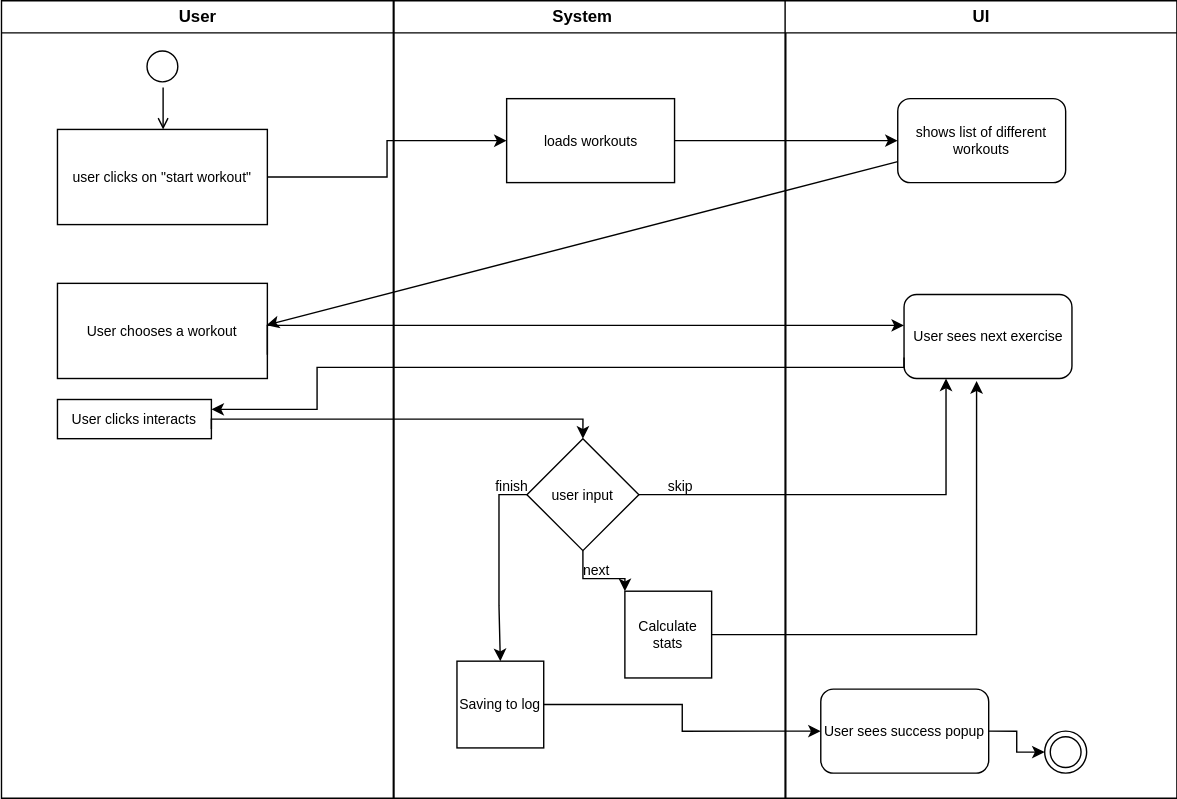
Above: docs/UCs/training.svg in DHBW-TrainingApp/Blog (draw.io), before the change. Source tidied: cells renumbered, new cells last; positions are measured from the earlier drawing's top-left corner, leaving out a move shared by most shapes.
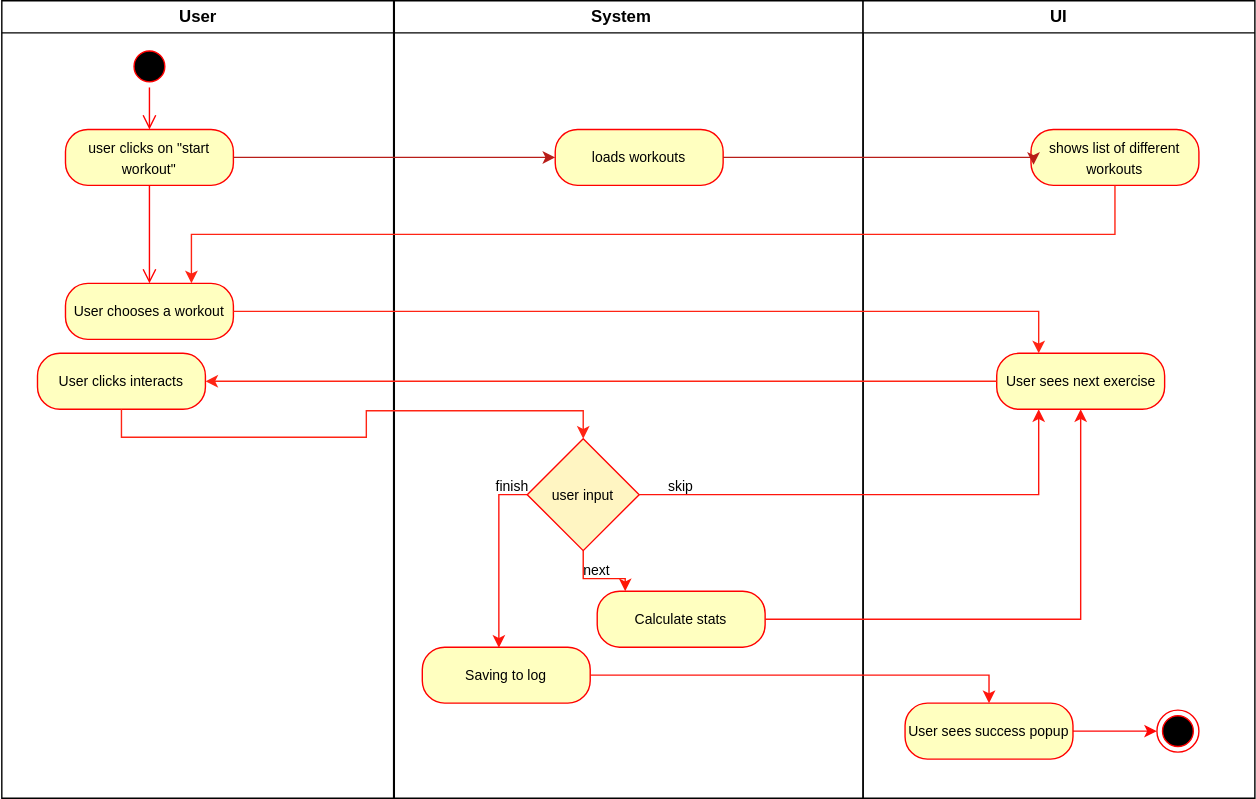
The same file after the commit.

The edit, as a diff of the source:
```diff
@@ -5,113 +5,106 @@
     <mxCell id="2" value="User" style="swimlane;whiteSpace=wrap;" parent="1" vertex="1">
       <mxGeometry x="0.5" width="280" height="570" as="geometry" />
     </mxCell>
-    <mxCell id="3" style="ellipse;shape=startState;fillColor=none;strokeColor=#000000;" parent="2" vertex="1">
-      <mxGeometry x="100" y="32" width="30" height="30" as="geometry" />
-    </mxCell>
+    <mxCell id="33" style="ellipse;html=1;shape=startState;fillColor=#000000;strokeColor=#ff0000;" parent="2" vertex="1">
+      <mxGeometry x="90.5" y="32" width="30" height="30" as="geometry" />
+    </mxCell>
+    <mxCell id="34" style="edgeStyle=orthogonalEdgeStyle;html=1;verticalAlign=bottom;endArrow=open;endSize=8;strokeColor=#ff0000;rounded=0;entryX=0.5;entryY=0;entryDx=0;entryDy=0;" parent="2" edge="1" source="33" target="4">
+      <mxGeometry relative="1" as="geometry" />
+    </mxCell>
-    <mxCell id="4" value="user clicks on &quot;start workout&quot;" style="fontSize=10;" parent="2" vertex="1">
-      <mxGeometry x="40" y="92" width="150" height="68" as="geometry" />
+    <mxCell id="4" value="&lt;span style=&quot;font-size: 10px&quot;&gt;user clicks on &quot;start workout&quot;&lt;/span&gt;" style="rounded=1;whiteSpace=wrap;html=1;arcSize=40;fontColor=#000000;fillColor=#ffffc0;strokeColor=#ff0000;" parent="2" vertex="1">
+      <mxGeometry x="45.5" y="92" width="120" height="40" as="geometry" />
     </mxCell>
-    <mxCell id="5" style="endArrow=open;strokeColor=#000000;endFill=1;rounded=0;" parent="2" edge="1">
-      <mxGeometry relative="1" as="geometry">
-        <mxPoint x="115.5" y="62" as="sourcePoint" />
-        <mxPoint x="115.5" y="92" as="targetPoint" />
-      </mxGeometry>
-    </mxCell>
+    <mxCell id="35" style="edgeStyle=orthogonalEdgeStyle;html=1;verticalAlign=bottom;endArrow=open;endSize=8;strokeColor=#ff0000;rounded=0;entryX=0.5;entryY=0;entryDx=0;entryDy=0;" parent="2" edge="1" source="4" target="6">
+      <mxGeometry relative="1" as="geometry" />
+    </mxCell>
-    <mxCell id="6" value="User chooses a workout" style="fontSize=10;" parent="2" vertex="1">
-      <mxGeometry x="40" y="202" width="150" height="68" as="geometry" />
+    <mxCell id="6" value="&lt;span style=&quot;font-size: 10px&quot;&gt;User chooses a workout&lt;/span&gt;" style="rounded=1;whiteSpace=wrap;html=1;arcSize=40;fontColor=#000000;fillColor=#ffffc0;strokeColor=#ff0000;" parent="2" vertex="1">
+      <mxGeometry x="45.5" y="202" width="120" height="40" as="geometry" />
     </mxCell>
-    <mxCell id="7" value="User clicks interacts" style="fontSize=10;" parent="2" vertex="1">
-      <mxGeometry x="40" y="285" width="110" height="28" as="geometry" />
+    <mxCell id="7" value="&lt;span style=&quot;font-size: 10px&quot;&gt;User clicks interacts&lt;/span&gt;" style="rounded=1;whiteSpace=wrap;html=1;arcSize=40;fontColor=#000000;fillColor=#ffffc0;strokeColor=#ff0000;" parent="2" vertex="1">
+      <mxGeometry x="25.5" y="252" width="120" height="40" as="geometry" />
     </mxCell>
     <mxCell id="8" value="System   " style="swimlane;whiteSpace=wrap;" parent="1" vertex="1">
-      <mxGeometry x="281" width="280" height="570" as="geometry" />
+      <mxGeometry x="281" width="335" height="570" as="geometry" />
     </mxCell>
-    <mxCell id="9" value="loads workouts" style="rounded=0;whiteSpace=wrap;html=1;fontSize=10;fillColor=none;" parent="8" vertex="1">
-      <mxGeometry x="80.5" y="70" width="120" height="60" as="geometry" />
-    </mxCell>
-    <mxCell id="10" style="edgeStyle=orthogonalEdgeStyle;rounded=0;jettySize=auto;html=1;exitX=0.5;exitY=1;exitDx=0;exitDy=0;entryX=0;entryY=0;entryDx=0;entryDy=0;fontSize=10;" parent="8" edge="1" source="12" target="14">
-      <mxGeometry relative="1" as="geometry" />
+    <mxCell id="10" style="edgeStyle=orthogonalEdgeStyle;rounded=0;jettySize=auto;html=1;exitX=0.5;exitY=1;exitDx=0;exitDy=0;entryX=0;entryY=0;entryDx=0;entryDy=0;fontSize=10;strokeColor=#FF1605;" parent="8" edge="1" source="12">
+      <mxGeometry relative="1" as="geometry">
+        <mxPoint x="165" y="422" as="targetPoint" />
+      </mxGeometry>
     </mxCell>
-    <mxCell id="11" style="edgeStyle=orthogonalEdgeStyle;rounded=0;jettySize=auto;html=1;exitX=0;exitY=0.5;exitDx=0;exitDy=0;entryX=0.5;entryY=0;entryDx=0;entryDy=0;fontSize=10;" parent="8" edge="1" source="12" target="16">
+    <mxCell id="11" style="edgeStyle=orthogonalEdgeStyle;rounded=0;jettySize=auto;html=1;exitX=0;exitY=0.5;exitDx=0;exitDy=0;entryX=0.456;entryY=0.011;entryDx=0;entryDy=0;fontSize=10;entryPerimeter=0;strokeColor=#FF150D;" parent="8" edge="1" source="12" target="16">
       <mxGeometry relative="1" as="geometry" />
     </mxCell>
-    <mxCell id="12" value="user input" style="rhombus;whiteSpace=wrap;html=1;rounded=0;fontSize=10;fillColor=none;" parent="8" vertex="1">
+    <mxCell id="12" value="user input" style="rhombus;whiteSpace=wrap;html=1;rounded=0;fontSize=10;fillColor=#FFF5C2;strokeColor=#FF0505;" parent="8" vertex="1">
       <mxGeometry x="95" y="313" width="80" height="80" as="geometry" />
     </mxCell>
     <mxCell id="13" value="skip" style="text;html=1;strokeColor=none;fillColor=none;align=center;verticalAlign=middle;whiteSpace=wrap;rounded=0;fontSize=10;" parent="8" vertex="1">
       <mxGeometry x="175" y="332" width="60" height="30" as="geometry" />
     </mxCell>
+    <mxCell id="15" value="next" style="text;html=1;strokeColor=none;fillColor=none;align=center;verticalAlign=middle;whiteSpace=wrap;rounded=0;fontSize=10;" parent="8" vertex="1">
+      <mxGeometry x="115" y="392" width="60" height="30" as="geometry" />
+    </mxCell>
+    <mxCell id="17" value="finish" style="text;html=1;strokeColor=none;fillColor=none;align=center;verticalAlign=middle;whiteSpace=wrap;rounded=0;fontSize=10;" parent="8" vertex="1">
+      <mxGeometry x="62" y="336" width="45" height="22" as="geometry" />
+    </mxCell>
+    <mxCell id="9" value="&lt;span style=&quot;font-family: &amp;#34;helvetica&amp;#34; ; font-size: 10px&quot;&gt;loads workouts&lt;/span&gt;" style="rounded=1;whiteSpace=wrap;html=1;arcSize=40;fontColor=#000000;fillColor=#ffffc0;strokeColor=#ff0000;" parent="8" vertex="1">
+      <mxGeometry x="115" y="92" width="120" height="40" as="geometry" />
+    </mxCell>
-    <mxCell id="14" value="Calculate stats" style="whiteSpace=wrap;html=1;rounded=0;fontSize=10;fillColor=none;" parent="8" vertex="1">
-      <mxGeometry x="165" y="422" width="62" height="62" as="geometry" />
+    <mxCell id="14" value="&lt;span style=&quot;font-size: 10px&quot;&gt;Calculate stats&lt;/span&gt;" style="rounded=1;whiteSpace=wrap;html=1;arcSize=40;fontColor=#000000;fillColor=#ffffc0;strokeColor=#ff0000;" parent="8" vertex="1">
+      <mxGeometry x="145" y="422" width="120" height="40" as="geometry" />
     </mxCell>
-    <mxCell id="15" value="next" style="text;html=1;strokeColor=none;fillColor=none;align=center;verticalAlign=middle;whiteSpace=wrap;rounded=0;fontSize=10;" parent="8" vertex="1">
-      <mxGeometry x="115" y="392" width="60" height="30" as="geometry" />
-    </mxCell>
-    <mxCell id="16" value="Saving to log" style="whiteSpace=wrap;html=1;rounded=0;fontSize=10;fillColor=none;" parent="8" vertex="1">
-      <mxGeometry x="45" y="472" width="62" height="62" as="geometry" />
+    <mxCell id="16" value="&lt;span style=&quot;font-size: 10px&quot;&gt;Saving to log&lt;/span&gt;" style="rounded=1;whiteSpace=wrap;html=1;arcSize=40;fontColor=#000000;fillColor=#ffffc0;strokeColor=#ff0000;" parent="8" vertex="1">
+      <mxGeometry x="20" y="462" width="120" height="40" as="geometry" />
     </mxCell>
-    <mxCell id="17" value="finish" style="text;html=1;strokeColor=none;fillColor=none;align=center;verticalAlign=middle;whiteSpace=wrap;rounded=0;fontSize=10;" parent="8" vertex="1">
-      <mxGeometry x="62" y="336" width="45" height="22" as="geometry" />
-    </mxCell>
     <mxCell id="18" value="UI" style="swimlane;whiteSpace=wrap;startSize=23;" parent="1" vertex="1">
-      <mxGeometry x="560.5" width="280" height="570" as="geometry" />
+      <mxGeometry x="616" width="280" height="570" as="geometry" />
     </mxCell>
-    <mxCell id="19" style="ellipse;shape=endState;fillColor=none;strokeColor=#000000;shadow=0;" parent="18" vertex="1">
-      <mxGeometry x="185.5" y="522" width="30" height="30" as="geometry" />
-    </mxCell>
+    <mxCell id="22" style="edgeStyle=orthogonalEdgeStyle;rounded=0;jettySize=auto;html=1;exitX=1;exitY=0.5;exitDx=0;exitDy=0;entryX=0;entryY=0.5;entryDx=0;entryDy=0;fontSize=10;strokeColor=#FF0505;" parent="18" edge="1" target="36">
+      <mxGeometry relative="1" as="geometry">
+        <mxPoint x="145.5" y="522" as="sourcePoint" />
+      </mxGeometry>
+    </mxCell>
-    <mxCell id="20" value="shows list of different workouts" style="rounded=1;whiteSpace=wrap;html=1;fontSize=10;fillColor=none;" parent="18" vertex="1">
-      <mxGeometry x="80.5" y="70" width="120" height="60" as="geometry" />
+    <mxCell id="20" value="&lt;span style=&quot;font-family: &amp;#34;helvetica&amp;#34; ; font-size: 10px&quot;&gt;shows list of different workouts&lt;/span&gt;" style="rounded=1;whiteSpace=wrap;html=1;arcSize=40;fontColor=#000000;fillColor=#ffffc0;strokeColor=#ff0000;" parent="18" vertex="1">
+      <mxGeometry x="120" y="92" width="120" height="40" as="geometry" />
     </mxCell>
-    <mxCell id="21" value="User sees next exercise" style="rounded=1;whiteSpace=wrap;html=1;fontSize=10;fillColor=none;" parent="18" vertex="1">
-      <mxGeometry x="85" y="210" width="120" height="60" as="geometry" />
+    <mxCell id="21" value="&lt;span style=&quot;font-size: 10px&quot;&gt;User sees next exercise&lt;/span&gt;" style="rounded=1;whiteSpace=wrap;html=1;arcSize=40;fontColor=#000000;fillColor=#ffffc0;strokeColor=#ff0000;" parent="18" vertex="1">
+      <mxGeometry x="95.5" y="252" width="120" height="40" as="geometry" />
     </mxCell>
-    <mxCell id="22" style="edgeStyle=orthogonalEdgeStyle;rounded=0;jettySize=auto;html=1;exitX=1;exitY=0.5;exitDx=0;exitDy=0;entryX=0;entryY=0.5;entryDx=0;entryDy=0;fontSize=10;" parent="18" edge="1" source="23" target="19">
-      <mxGeometry relative="1" as="geometry" />
-    </mxCell>
-    <mxCell id="23" value="User sees success popup" style="rounded=1;whiteSpace=wrap;html=1;fontSize=10;fillColor=none;" parent="18" vertex="1">
-      <mxGeometry x="25.5" y="492" width="120" height="60" as="geometry" />
+    <mxCell id="23" value="&lt;span style=&quot;font-size: 10px&quot;&gt;User sees success popup&lt;/span&gt;" style="rounded=1;whiteSpace=wrap;html=1;arcSize=40;fontColor=#000000;fillColor=#ffffc0;strokeColor=#ff0000;" parent="18" vertex="1">
+      <mxGeometry x="30" y="502" width="120" height="40" as="geometry" />
     </mxCell>
-    <mxCell id="24" style="endArrow=classic;html=1;rounded=0;fontSize=10;exitX=0;exitY=0.75;exitDx=0;exitDy=0;entryX=0.996;entryY=0.439;entryDx=0;entryDy=0;entryPerimeter=0;" parent="1" edge="1" source="20" target="6">
-      <mxGeometry relative="1" as="geometry" />
-    </mxCell>
-    <mxCell id="25" style="edgeStyle=orthogonalEdgeStyle;rounded=0;jettySize=auto;html=1;exitX=1;exitY=0.75;exitDx=0;exitDy=0;fontSize=10;" parent="1" edge="1" source="6" target="21">
-      <mxGeometry relative="1" as="geometry">
-        <Array as="points">
-          <mxPoint x="191" y="232" />
-        </Array>
-      </mxGeometry>
-    </mxCell>
-    <mxCell id="26" style="edgeStyle=orthogonalEdgeStyle;rounded=0;jettySize=auto;html=1;exitX=1;exitY=0.5;exitDx=0;exitDy=0;fontSize=10;" parent="1" edge="1" source="4" target="9">
-      <mxGeometry relative="1" as="geometry" />
-    </mxCell>
-    <mxCell id="27" style="edgeStyle=orthogonalEdgeStyle;rounded=0;jettySize=auto;html=1;exitX=1;exitY=0.5;exitDx=0;exitDy=0;entryX=0;entryY=0.5;entryDx=0;entryDy=0;fontSize=10;" parent="1" edge="1" source="9" target="20">
-      <mxGeometry relative="1" as="geometry" />
-    </mxCell>
-    <mxCell id="28" style="edgeStyle=orthogonalEdgeStyle;rounded=0;jettySize=auto;html=1;exitX=0;exitY=0.75;exitDx=0;exitDy=0;fontSize=10;" parent="1" edge="1" source="21" target="7">
-      <mxGeometry relative="1" as="geometry">
-        <Array as="points">
-          <mxPoint x="646" y="262" />
-          <mxPoint x="226" y="262" />
-          <mxPoint x="226" y="292" />
-        </Array>
-      </mxGeometry>
-    </mxCell>
-    <mxCell id="29" style="edgeStyle=orthogonalEdgeStyle;rounded=0;jettySize=auto;html=1;exitX=1;exitY=0.75;exitDx=0;exitDy=0;entryX=0.5;entryY=0;entryDx=0;entryDy=0;fontSize=10;" parent="1" edge="1" source="7" target="12">
-      <mxGeometry relative="1" as="geometry">
-        <Array as="points">
-          <mxPoint x="150" y="299" />
-          <mxPoint x="416" y="299" />
-        </Array>
-      </mxGeometry>
-    </mxCell>
+    <mxCell id="36" style="ellipse;html=1;shape=endState;fillColor=#000000;strokeColor=#ff0000;" parent="18" vertex="1">
+      <mxGeometry x="210" y="507" width="30" height="30" as="geometry" />
+    </mxCell>
-    <mxCell id="30" style="edgeStyle=orthogonalEdgeStyle;rounded=0;jettySize=auto;html=1;exitX=1;exitY=0.5;exitDx=0;exitDy=0;entryX=0.25;entryY=1;entryDx=0;entryDy=0;fontSize=10;" parent="1" edge="1" source="12" target="21">
+    <mxCell id="30" style="edgeStyle=orthogonalEdgeStyle;rounded=0;jettySize=auto;html=1;exitX=1;exitY=0.5;exitDx=0;exitDy=0;entryX=0.25;entryY=1;entryDx=0;entryDy=0;fontSize=10;strokeColor=#FF150D;" parent="1" edge="1" source="12" target="21">
       <mxGeometry relative="1" as="geometry" />
     </mxCell>
-    <mxCell id="31" style="edgeStyle=orthogonalEdgeStyle;rounded=0;jettySize=auto;html=1;exitX=1;exitY=0.5;exitDx=0;exitDy=0;entryX=0.432;entryY=1.031;entryDx=0;entryDy=0;entryPerimeter=0;fontSize=10;" parent="1" edge="1" source="14" target="21">
+    <mxCell id="31" style="edgeStyle=orthogonalEdgeStyle;rounded=0;jettySize=auto;html=1;exitX=1;exitY=0.5;exitDx=0;exitDy=0;entryX=0.5;entryY=1;entryDx=0;entryDy=0;fontSize=10;strokeColor=#FF150D;" parent="1" edge="1" source="14" target="21">
       <mxGeometry relative="1" as="geometry" />
     </mxCell>
-    <mxCell id="32" style="edgeStyle=orthogonalEdgeStyle;rounded=0;jettySize=auto;html=1;exitX=1;exitY=0.5;exitDx=0;exitDy=0;entryX=0;entryY=0.5;entryDx=0;entryDy=0;fontSize=10;" parent="1" edge="1" source="16" target="23">
+    <mxCell id="32" style="edgeStyle=orthogonalEdgeStyle;rounded=0;jettySize=auto;html=1;exitX=1;exitY=0.5;exitDx=0;exitDy=0;entryX=0.5;entryY=0;entryDx=0;entryDy=0;fontSize=10;strokeColor=#FF150D;" parent="1" edge="1" source="16" target="23">
       <mxGeometry relative="1" as="geometry" />
     </mxCell>
+    <mxCell id="26" style="edgeStyle=orthogonalEdgeStyle;rounded=0;jettySize=auto;html=1;exitX=1;exitY=0.5;exitDx=0;exitDy=0;entryX=0;entryY=0.5;entryDx=0;entryDy=0;fillColor=#f8cecc;strokeColor=#B81D18;" parent="1" edge="1" source="4" target="9">
+      <mxGeometry relative="1" as="geometry" />
+    </mxCell>
+    <mxCell id="27" style="edgeStyle=orthogonalEdgeStyle;rounded=0;jettySize=auto;html=1;exitX=1;exitY=0.5;exitDx=0;exitDy=0;entryX=0.015;entryY=0.632;entryDx=0;entryDy=0;entryPerimeter=0;fillColor=#f8cecc;strokeColor=#B81D18;" parent="1" edge="1" source="9" target="20">
+      <mxGeometry relative="1" as="geometry">
+        <Array as="points">
+          <mxPoint x="738" y="112" />
+        </Array>
+      </mxGeometry>
+    </mxCell>
+    <mxCell id="24" style="edgeStyle=orthogonalEdgeStyle;rounded=0;jettySize=auto;html=1;exitX=0.5;exitY=1;exitDx=0;exitDy=0;entryX=0.75;entryY=0;entryDx=0;entryDy=0;strokeColor=#FF2414;" parent="1" edge="1" source="20" target="6">
+      <mxGeometry relative="1" as="geometry" />
+    </mxCell>
+    <mxCell id="25" style="edgeStyle=orthogonalEdgeStyle;rounded=0;jettySize=auto;html=1;exitX=1;exitY=0.5;exitDx=0;exitDy=0;entryX=0.25;entryY=0;entryDx=0;entryDy=0;strokeColor=#FF2414;" parent="1" edge="1" source="6" target="21">
+      <mxGeometry relative="1" as="geometry" />
+    </mxCell>
+    <mxCell id="28" style="edgeStyle=orthogonalEdgeStyle;rounded=0;jettySize=auto;html=1;exitX=0;exitY=0.5;exitDx=0;exitDy=0;entryX=1;entryY=0.5;entryDx=0;entryDy=0;strokeColor=#FF2414;" parent="1" edge="1" source="21" target="7">
+      <mxGeometry relative="1" as="geometry" />
+    </mxCell>
+    <mxCell id="29" style="edgeStyle=orthogonalEdgeStyle;rounded=0;jettySize=auto;html=1;exitX=0.5;exitY=1;exitDx=0;exitDy=0;strokeColor=#FF2414;" parent="1" edge="1" source="7" target="12">
+      <mxGeometry relative="1" as="geometry" />
+    </mxCell>
   </root>
 </mxGraphModel>
```
